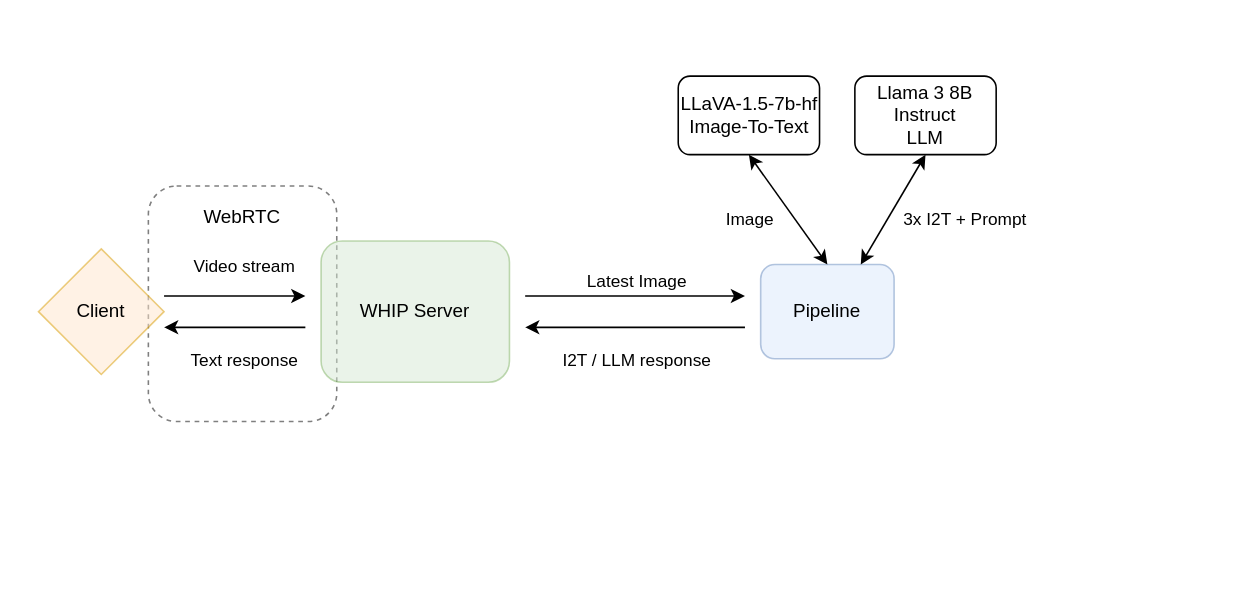
Earlier version of the draw.io diagram resources/architecture.drawio (v4lli/AIecho). Source tidied: cells renumbered, new cells numbered last; positions are measured from the earlier drawing's top-left corner, leaving out a move shared by most shapes. Both pictures are drawn from the tidied source at 157%, with x=0, y=0 at pixel (38, 75). Pictures stored in the file or linked from it are replaced by grey dashed boxes.
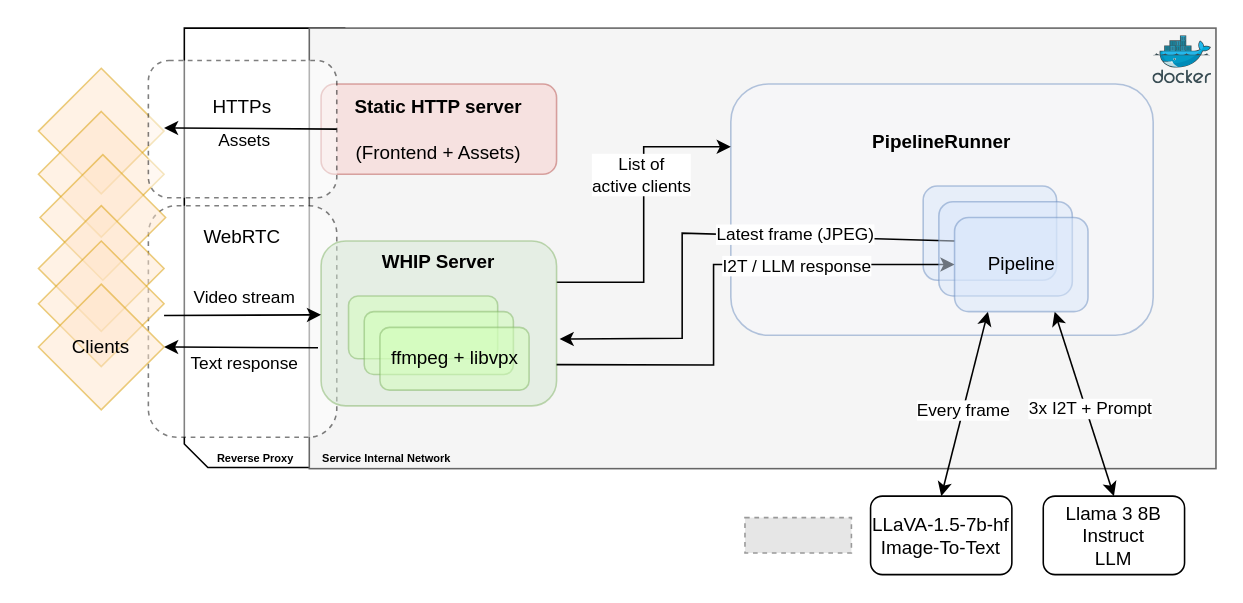
Above is the later version.

What changed in the source:
```diff
@@
+    <mxCell id="21" value="&lt;br&gt;&lt;br&gt;&lt;br&gt;&lt;br&gt;&lt;br&gt;&lt;br&gt;&lt;br&gt;&lt;br&gt;&lt;br&gt;&lt;br&gt;&lt;br&gt;&lt;br&gt;&lt;br&gt;&lt;br&gt;&lt;br&gt;&lt;br&gt;&lt;br&gt;&lt;br&gt;&lt;br&gt;&lt;br&gt;&lt;br&gt;" style="shape=card;whiteSpace=wrap;html=1;rotation=-90;size=15;" parent="1" vertex="1">
+      <mxGeometry x="4" y="58.3" width="279.9" height="102.1" as="geometry" />
+    </mxCell>
+    <mxCell id="22" style="rounded=0;whiteSpace=wrap;html=1;fillColor=#f5f5f5;fontColor=#333333;strokeColor=#666666;" parent="1" vertex="1">
+      <mxGeometry x="172.5" y="-30.6" width="577.5" height="280.6" as="geometry" />
+    </mxCell>
+    <mxCell id="23" value="&lt;b&gt;PipelineRunner&lt;br&gt;&lt;br&gt;&lt;br&gt;&lt;br&gt;&lt;br&gt;&lt;br&gt;&lt;br&gt;&lt;/b&gt;" style="rounded=1;whiteSpace=wrap;html=1;fillColor=#F7F8FC;strokeColor=#6c8ebf;opacity=50;" parent="1" vertex="1">
+      <mxGeometry x="441" y="5" width="269" height="160" as="geometry" />
+    </mxCell>
     <mxCell id="2" style="rounded=1;whiteSpace=wrap;html=1;dashed=1;opacity=50;" parent="1" vertex="1">
-      <mxGeometry x="70" y="70" width="120" height="150" as="geometry" />
+      <mxGeometry x="70" y="82.5" width="120" height="147.5" as="geometry" />
     </mxCell>
-    <mxCell id="3" value="Client" style="rhombus;whiteSpace=wrap;html=1;fillColor=#ffe6cc;strokeColor=#d79b00;opacity=50;" parent="1" vertex="1">
-      <mxGeometry y="110" width="80" height="80" as="geometry" />
+    <mxCell id="3" style="rhombus;whiteSpace=wrap;html=1;fillColor=#ffe6cc;strokeColor=#d79b00;opacity=50;" parent="1" vertex="1">
+      <mxGeometry y="-5" width="80" height="80" as="geometry" />
     </mxCell>
+    <mxCell id="24" style="edgeStyle=orthogonalEdgeStyle;rounded=0;jettySize=auto;html=1;exitX=1;exitY=0.25;exitDx=0;exitDy=0;entryX=0;entryY=0.25;entryDx=0;entryDy=0;" parent="1" edge="1" source="4" target="23">
+      <mxGeometry relative="1" as="geometry" />
+    </mxCell>
+    <mxCell id="25" value="List of&lt;br&gt;active clients" style="edgeLabel;html=1;align=center;verticalAlign=middle;" parent="24" vertex="1">
+      <mxGeometry x="0.02" y="2" relative="1" as="geometry">
+        <mxPoint y="-23" as="offset" />
+      </mxGeometry>
+    </mxCell>
-    <mxCell id="4" value="WHIP Server" style="rounded=1;whiteSpace=wrap;html=1;fillColor=#d5e8d4;strokeColor=#82b366;opacity=50;" parent="1" vertex="1">
-      <mxGeometry x="180" y="105" width="120" height="90" as="geometry" />
+    <mxCell id="4" value="&lt;b&gt;WHIP Server&lt;/b&gt;" style="rounded=1;whiteSpace=wrap;html=1;fillColor=#d5e8d4;strokeColor=#82b366;opacity=50;verticalAlign=top;" parent="1" vertex="1">
+      <mxGeometry x="180" y="105" width="150" height="105" as="geometry" />
     </mxCell>
-    <mxCell id="5" style="endArrow=classic;html=1;rounded=0;strokeColor=#000000;" parent="1" edge="1">
+    <mxCell id="5" style="endArrow=classic;html=1;rounded=0;strokeColor=#000000;entryX=0;entryY=0.448;entryDx=0;entryDy=0;entryPerimeter=0;" parent="1" edge="1" target="4">
       <mxGeometry relative="1" as="geometry">
-        <mxPoint x="80" y="140" as="sourcePoint" />
-        <mxPoint x="170" y="140" as="targetPoint" />
+        <mxPoint x="80" y="152.5" as="sourcePoint" />
       </mxGeometry>
     </mxCell>
     <mxCell id="6" value="Video stream" style="edgeLabel;html=1;align=center;verticalAlign=middle;" parent="5" vertex="1">
       <mxGeometry x="-0.17" relative="1" as="geometry">
-        <mxPoint x="13" y="-20" as="offset" />
+        <mxPoint x="9" y="-12" as="offset" />
       </mxGeometry>
     </mxCell>
-    <mxCell id="7" style="endArrow=classic;html=1;rounded=0;strokeColor=#000000;" parent="1" edge="1">
+    <mxCell id="7" style="endArrow=classic;html=1;rounded=0;strokeColor=#000000;exitX=-0.013;exitY=0.648;exitDx=0;exitDy=0;exitPerimeter=0;" parent="1" edge="1" source="4">
       <mxGeometry relative="1" as="geometry">
-        <mxPoint x="170" y="160" as="sourcePoint" />
-        <mxPoint x="80" y="160" as="targetPoint" />
+        <mxPoint x="80" y="172.5" as="targetPoint" />
       </mxGeometry>
     </mxCell>
     <mxCell id="8" value="Text response" style="edgeLabel;html=1;align=center;verticalAlign=middle;" parent="7" vertex="1">
       <mxGeometry x="0.2" relative="1" as="geometry">
-        <mxPoint x="14" y="20" as="offset" />
+        <mxPoint x="11" y="10" as="offset" />
       </mxGeometry>
     </mxCell>
-    <mxCell id="9" value="Pipeline" style="rounded=1;whiteSpace=wrap;html=1;fillColor=#dae8fc;strokeColor=#6c8ebf;opacity=50;" parent="1" vertex="1">
-      <mxGeometry x="460" y="120" width="85" height="60" as="geometry" />
+    <mxCell id="9" style="rounded=1;whiteSpace=wrap;html=1;fillColor=#dae8fc;strokeColor=#6c8ebf;opacity=50;" parent="1" vertex="1">
+      <mxGeometry x="563.5" y="70" width="85" height="60" as="geometry" />
     </mxCell>
-    <mxCell id="10" style="endArrow=classic;html=1;rounded=0;strokeColor=#000000;" parent="1" edge="1">
+    <mxCell id="10" style="endArrow=classic;html=1;rounded=0;strokeColor=#000000;entryX=0;entryY=0.5;entryDx=0;entryDy=0;exitX=1;exitY=0.75;exitDx=0;exitDy=0;" parent="1" edge="1" source="4" target="31">
       <mxGeometry relative="1" as="geometry">
-        <mxPoint x="310" y="140" as="sourcePoint" />
-        <mxPoint x="450" y="140" as="targetPoint" />
+        <Array as="points">
+          <mxPoint x="430" y="184" />
+          <mxPoint x="430" y="120" />
+        </Array>
       </mxGeometry>
     </mxCell>
-    <mxCell id="11" value="Latest Image" style="edgeLabel;html=1;align=center;verticalAlign=middle;" parent="10" vertex="1">
-      <mxGeometry x="-0.19" y="2" relative="1" as="geometry">
-        <mxPoint x="13" y="-8" as="offset" />
-      </mxGeometry>
-    </mxCell>
-    <mxCell id="12" style="endArrow=classic;html=1;rounded=0;strokeColor=#000000;" parent="1" edge="1">
+    <mxCell id="12" style="endArrow=classic;html=1;rounded=0;strokeColor=#000000;exitX=0;exitY=0.25;exitDx=0;exitDy=0;entryX=1.013;entryY=0.595;entryDx=0;entryDy=0;entryPerimeter=0;" parent="1" edge="1" source="31" target="4">
       <mxGeometry relative="1" as="geometry">
-        <mxPoint x="450" y="160" as="sourcePoint" />
-        <mxPoint x="310" y="160" as="targetPoint" />
+        <Array as="points">
+          <mxPoint x="410" y="100" />
+          <mxPoint x="410" y="167" />
+        </Array>
       </mxGeometry>
     </mxCell>
     <mxCell id="13" value="I2T / LLM response" style="edgeLabel;html=1;align=center;verticalAlign=middle;" parent="12" vertex="1">
       <mxGeometry x="-0.01" y="-1" relative="1" as="geometry">
-        <mxPoint x="-1" y="21" as="offset" />
+        <mxPoint x="57" y="21" as="offset" />
       </mxGeometry>
     </mxCell>
+    <mxCell id="26" value="Latest frame (JPEG)" style="edgeLabel;html=1;align=center;verticalAlign=middle;" parent="12" vertex="1">
+      <mxGeometry x="-0.36" y="-2" relative="1" as="geometry" />
+    </mxCell>
     <mxCell id="14" value="&lt;div&gt;Llama 3 8B Instruct&lt;/div&gt;&lt;div&gt;LLM&lt;br&gt;&lt;/div&gt;" style="rounded=1;whiteSpace=wrap;html=1;" parent="1" vertex="1">
-      <mxGeometry x="520" width="90" height="50" as="geometry" />
+      <mxGeometry x="640" y="267.5" width="90" height="50" as="geometry" />
     </mxCell>
     <mxCell id="15" value="LLaVA-1.5-7b-hf Image-To-Text" style="rounded=1;whiteSpace=wrap;html=1;" parent="1" vertex="1">
-      <mxGeometry x="407.5" width="90" height="50" as="geometry" />
+      <mxGeometry x="530" y="267.5" width="90" height="50" as="geometry" />
     </mxCell>
-    <mxCell id="16" style="endArrow=classic;startArrow=classic;html=1;rounded=0;entryX=0.5;entryY=1;entryDx=0;entryDy=0;exitX=0.5;exitY=0;exitDx=0;exitDy=0;" parent="1" edge="1" source="9">
-      <mxGeometry relative="1" as="geometry">
-        <mxPoint x="452.5" y="50" as="targetPoint" />
-      </mxGeometry>
+    <mxCell id="16" style="endArrow=classic;startArrow=classic;html=1;rounded=0;exitX=0.25;exitY=1;exitDx=0;exitDy=0;entryX=0.5;entryY=0;entryDx=0;entryDy=0;" parent="1" edge="1" source="31" target="15">
+      <mxGeometry relative="1" as="geometry" />
     </mxCell>
-    <mxCell id="17" value="Image" style="edgeLabel;html=1;align=center;verticalAlign=middle;" parent="16" vertex="1">
+    <mxCell id="17" value="Every frame" style="edgeLabel;html=1;align=center;verticalAlign=middle;" parent="16" vertex="1">
       <mxGeometry x="0.05" relative="1" as="geometry">
-        <mxPoint x="-24" y="7" as="offset" />
+        <mxPoint x="-1" as="offset" />
       </mxGeometry>
     </mxCell>
-    <mxCell id="18" style="endArrow=classic;startArrow=classic;html=1;rounded=0;entryX=0.5;entryY=1;entryDx=0;entryDy=0;exitX=0.75;exitY=0;exitDx=0;exitDy=0;" parent="1" edge="1" source="9" target="14">
+    <mxCell id="18" style="endArrow=classic;startArrow=classic;html=1;rounded=0;exitX=0.75;exitY=1;exitDx=0;exitDy=0;entryX=0.5;entryY=0;entryDx=0;entryDy=0;" parent="1" edge="1" source="31" target="14">
       <mxGeometry relative="1" as="geometry" />
     </mxCell>
     <mxCell id="19" value="3x I2T + Prompt" style="edgeLabel;html=1;align=center;verticalAlign=middle;" parent="18" vertex="1">
       <mxGeometry x="0.04" y="-1" relative="1" as="geometry">
-        <mxPoint x="44" y="6" as="offset" />
+        <mxPoint x="4" as="offset" />
       </mxGeometry>
     </mxCell>
     <mxCell id="20" value="WebRTC" style="text;html=1;align=center;verticalAlign=middle;whiteSpace=wrap;rounded=0;" parent="1" vertex="1">
-      <mxGeometry x="100" y="75" width="60" height="30" as="geometry" />
+      <mxGeometry x="100" y="87.5" width="60" height="30" as="geometry" />
     </mxCell>
+    <mxCell id="27" style="rounded=1;whiteSpace=wrap;html=1;fillColor=#D3FFBC;strokeColor=#82b366;opacity=50;" parent="1" vertex="1">
+      <mxGeometry x="197.5" y="140" width="95" height="40" as="geometry" />
+    </mxCell>
+    <mxCell id="28" style="rounded=1;whiteSpace=wrap;html=1;fillColor=#D3FFBC;strokeColor=#82b366;opacity=50;" parent="1" vertex="1">
+      <mxGeometry x="207.5" y="150" width="95" height="40" as="geometry" />
+    </mxCell>
+    <mxCell id="29" value="ffmpeg + libvpx" style="rounded=1;whiteSpace=wrap;html=1;fillColor=#D3FFBC;strokeColor=#82b366;opacity=50;" parent="1" vertex="1">
+      <mxGeometry x="217.5" y="160" width="95" height="40" as="geometry" />
+    </mxCell>
+    <mxCell id="30" style="rounded=1;whiteSpace=wrap;html=1;fillColor=#dae8fc;strokeColor=#6c8ebf;opacity=50;" parent="1" vertex="1">
+      <mxGeometry x="573.5" y="80" width="85" height="60" as="geometry" />
+    </mxCell>
+    <mxCell id="31" value="Pipeline" style="rounded=1;whiteSpace=wrap;html=1;fillColor=#dae8fc;strokeColor=#6c8ebf;opacity=50;" parent="1" vertex="1">
+      <mxGeometry x="583.5" y="90" width="85" height="60" as="geometry" />
+    </mxCell>
+    <mxCell id="32" style="rhombus;whiteSpace=wrap;html=1;fillColor=#ffe6cc;strokeColor=#d79b00;opacity=50;" parent="1" vertex="1">
+      <mxGeometry y="22.5" width="80" height="80" as="geometry" />
+    </mxCell>
+    <mxCell id="33" style="rhombus;whiteSpace=wrap;html=1;fillColor=#ffe6cc;strokeColor=#d79b00;opacity=50;" parent="1" vertex="1">
+      <mxGeometry x="1" y="50" width="80" height="80" as="geometry" />
+    </mxCell>
+    <mxCell id="34" value="&lt;b&gt;Static HTTP server&lt;br&gt;&lt;/b&gt;&lt;br&gt;(Frontend + Assets)" style="rounded=1;whiteSpace=wrap;html=1;fillColor=#f8cecc;strokeColor=#b85450;opacity=50;" parent="1" vertex="1">
+      <mxGeometry x="180" y="5" width="150" height="57.5" as="geometry" />
+    </mxCell>
+    <mxCell id="35" value="HTTPs&lt;br&gt;&lt;br&gt;&lt;br&gt;" style="rounded=1;whiteSpace=wrap;html=1;dashed=1;opacity=50;" parent="1" vertex="1">
+      <mxGeometry x="70" y="-10" width="120" height="87.5" as="geometry" />
+    </mxCell>
+    <mxCell id="36" style="endArrow=classic;html=1;rounded=0;strokeColor=#000000;exitX=1;exitY=0.5;exitDx=0;exitDy=0;" parent="1" edge="1" source="35">
+      <mxGeometry relative="1" as="geometry">
+        <mxPoint x="80" y="33" as="targetPoint" />
+      </mxGeometry>
+    </mxCell>
+    <mxCell id="37" value="Assets" style="edgeLabel;html=1;align=center;verticalAlign=middle;" parent="36" vertex="1">
+      <mxGeometry x="0.2" relative="1" as="geometry">
+        <mxPoint x="6" y="7" as="offset" />
+      </mxGeometry>
+    </mxCell>
+    <mxCell id="38" style="rhombus;whiteSpace=wrap;html=1;fillColor=#ffe6cc;strokeColor=#d79b00;opacity=50;" parent="1" vertex="1">
+      <mxGeometry y="82.5" width="80" height="80" as="geometry" />
+    </mxCell>
+    <mxCell id="39" style="rhombus;whiteSpace=wrap;html=1;fillColor=#ffe6cc;strokeColor=#d79b00;opacity=50;" parent="1" vertex="1">
+      <mxGeometry y="105" width="80" height="80" as="geometry" />
+    </mxCell>
+    <mxCell id="40" value="Clients" style="rhombus;whiteSpace=wrap;html=1;fillColor=#ffe6cc;strokeColor=#d79b00;opacity=50;" parent="1" vertex="1">
+      <mxGeometry y="132.5" width="80" height="80" as="geometry" />
+    </mxCell>
+    <mxCell id="41" value="&lt;font style=&quot;font-size: 7px;&quot;&gt;&lt;b&gt;Reverse Proxy&lt;/b&gt;&lt;/font&gt;" style="text;html=1;strokeColor=none;fillColor=none;align=center;verticalAlign=middle;whiteSpace=wrap;rounded=0;" parent="1" vertex="1">
+      <mxGeometry x="102" y="227" width="72.5" height="30" as="geometry" />
+    </mxCell>
+    <mxCell id="42" value="&lt;span style=&quot;font-size: 7px;&quot;&gt;&lt;b&gt;Service Internal Network&lt;/b&gt;&lt;/span&gt;" style="text;html=1;strokeColor=none;fillColor=none;align=center;verticalAlign=middle;whiteSpace=wrap;rounded=0;" parent="1" vertex="1">
+      <mxGeometry x="172" y="227" width="100" height="30" as="geometry" />
+    </mxCell>
+    <mxCell id="43" style="image;sketch=0;html=1;align=center;fontSize=12;image=img/lib/mscae/Docker.svg;" parent="1" vertex="1">
+      <mxGeometry x="710" y="-25.6" width="37.4" height="30.6" as="geometry" />
+    </mxCell>
+    <mxCell id="44" style="fillColor=#E6E6E6;strokeColor=#999999;dashed=1;verticalLabelPosition=bottom;labelBackgroundColor=default;verticalAlign=top;" parent="1" vertex="1">
+      <mxGeometry x="450" y="281.2" width="67.8" height="22.5" as="geometry" />
+    </mxCell>
```
